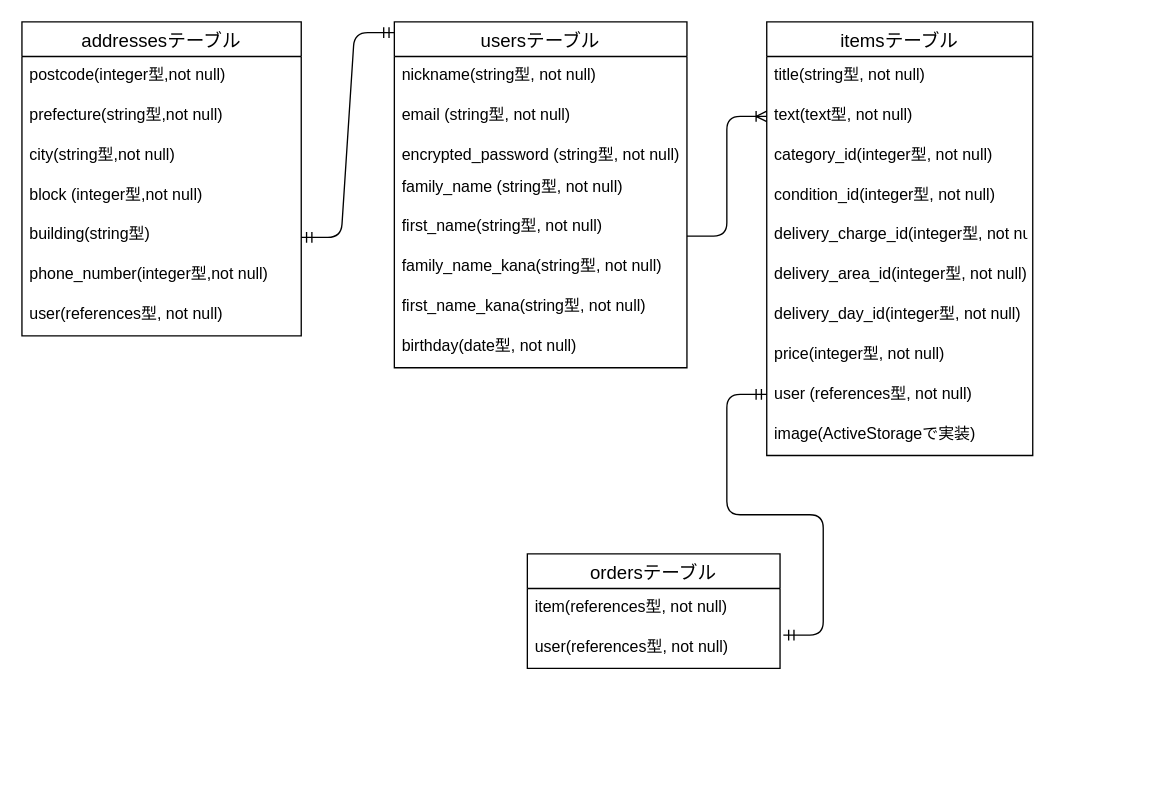
Above: ER.dio in emily-08/furima-34769 (draw.io), before the change. Source tidied: cells renumbered, new cells numbered last; positions are measured from the earlier drawing's top-left corner, leaving out a move shared by most shapes. Both pictures are drawn from the tidied source at 133%, with x=0, y=0 at pixel (21, 21).
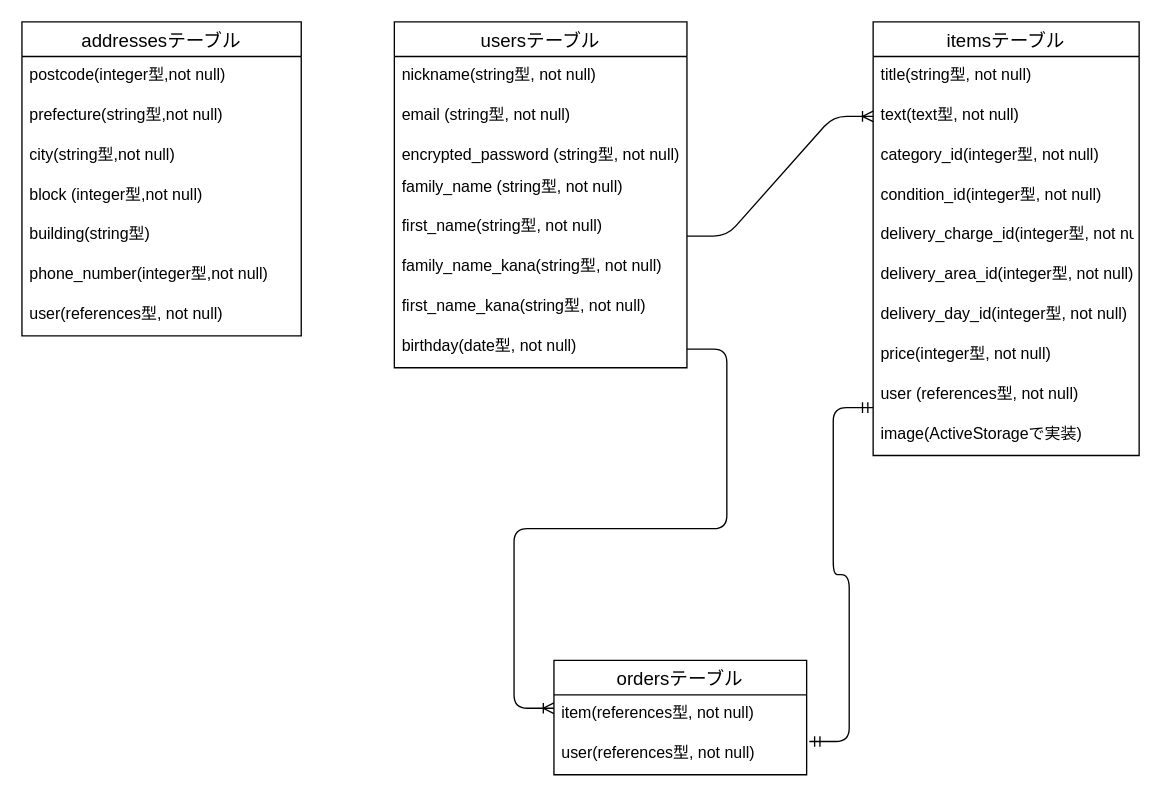
Above is the later version.

Commit message (it also covers changes not shown here):
DB設計　修正２回目

Unchanged cells that the change refers to:
```xml
<mxCell id="2" value="usersテーブル" style="swimlane;fontStyle=0;horizontal=1;startSize=26;align=center;fontSize=14;" parent="1" vertex="1">
  <mxGeometry x="280" width="220" height="260" as="geometry" />
</mxCell>
<mxCell id="20" value="user (references型, not null)" style="text;strokeColor=none;fillColor=none;spacingLeft=4;spacingRight=4;overflow=hidden;points=[[0,0.5],[1,0.5]];portConstraint=eastwest;fontSize=12;labelBackgroundColor=none;align=left;" parent="11" vertex="1">
  <mxGeometry y="266" width="200" height="30" as="geometry" />
</mxCell>
<mxCell id="27" value="building(string型)" style="text;strokeColor=none;fillColor=none;spacingLeft=4;spacingRight=4;overflow=hidden;points=[[0,0.5],[1,0.5]];portConstraint=eastwest;fontSize=12;" parent="22" vertex="1">
  <mxGeometry y="146" width="210" height="30" as="geometry" />
</mxCell>
<mxCell id="32" value="user(references型, not null)" style="text;strokeColor=none;fillColor=none;spacingLeft=4;spacingRight=4;overflow=hidden;points=[[0,0.5],[1,0.5]];portConstraint=eastwest;fontSize=12;" parent="30" vertex="1">
  <mxGeometry y="56" width="190" height="30" as="geometry" />
</mxCell>
```

Change to the diagram source:
```diff
@@
     <mxCell id="11" value="itemsテーブル" style="swimlane;fontStyle=0;horizontal=1;startSize=26;align=center;fontSize=14;labelBackgroundColor=none;" parent="1" vertex="1">
-      <mxGeometry x="560" width="200" height="326" as="geometry" />
+      <mxGeometry x="640" width="200" height="326" as="geometry" />
     </mxCell>
@@
     <mxCell id="30" value="ordersテーブル" style="swimlane;fontStyle=0;horizontal=1;startSize=26;align=center;fontSize=14;" parent="1" vertex="1">
-      <mxGeometry x="380" y="400" width="190" height="86" as="geometry" />
+      <mxGeometry x="400" y="480" width="190" height="86" as="geometry" />
     </mxCell>
@@
-    <mxCell id="33" style="edgeStyle=entityRelationEdgeStyle;fontSize=12;html=1;endArrow=ERmandOne;startArrow=ERmandOne;entryX=0;entryY=0.031;entryDx=0;entryDy=0;entryPerimeter=0;exitX=1;exitY=0.533;exitDx=0;exitDy=0;exitPerimeter=0;" parent="1" edge="1" source="27" target="2">
-      <mxGeometry relative="1" as="geometry" />
-    </mxCell>
@@
-    <mxCell id="35" style="edgeStyle=entityRelationEdgeStyle;fontSize=12;html=1;endArrow=ERmandOne;startArrow=ERmandOne;exitX=1.013;exitY=0.167;exitDx=0;exitDy=0;exitPerimeter=0;" parent="1" edge="1" source="32">
+    <mxCell id="35" style="edgeStyle=entityRelationEdgeStyle;fontSize=12;html=1;endArrow=ERmandOne;startArrow=ERmandOne;entryX=0;entryY=0.8;entryDx=0;entryDy=0;entryPerimeter=0;" parent="1" edge="1" target="20">
       <mxGeometry relative="1" as="geometry">
-        <mxPoint x="560" y="280" as="targetPoint" />
+        <mxPoint x="592" y="541" as="sourcePoint" />
       </mxGeometry>
     </mxCell>
+    <mxCell id="36" style="edgeStyle=entityRelationEdgeStyle;fontSize=12;html=1;endArrow=ERoneToMany;" parent="1" edge="1">
+      <mxGeometry relative="1" as="geometry">
+        <mxPoint x="500" y="246" as="sourcePoint" />
+        <mxPoint x="400" y="516" as="targetPoint" />
+      </mxGeometry>
+    </mxCell>
```
